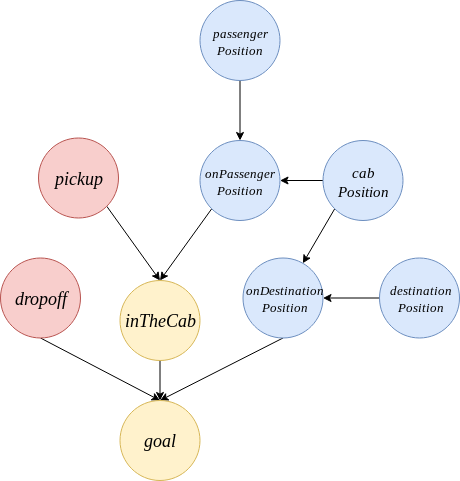
Above: Chapter5/Figs/causal_structure_taxi.png in ivanfeliciano/tesis-INAOE-documento (draw.io), before the change. Source tidied: cells renumbered, new cells last; positions are measured from the earlier drawing's top-left corner, leaving out a move shared by most shapes.
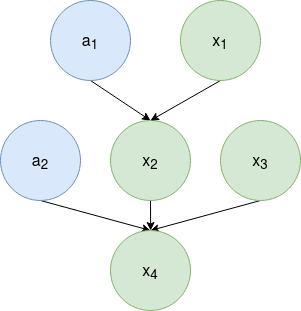
Later version of the same file.

Change to the diagram source:
```diff
@@ -2,59 +2,42 @@
   <root>
     <mxCell id="0" />
     <mxCell id="1" parent="0" />
-    <mxCell id="2" style="rounded=0;jettySize=auto;html=1;exitX=1;exitY=1;exitDx=0;exitDy=0;entryX=0.5;entryY=0;entryDx=0;entryDy=0;" parent="1" edge="1" source="3" target="11">
+    <mxCell id="2" style="edgeStyle=none;rounded=0;jettySize=auto;html=1;exitX=0.5;exitY=1;exitDx=0;exitDy=0;entryX=0.5;entryY=0;entryDx=0;entryDy=0;fontSize=16;" parent="1" edge="1" source="3" target="7">
       <mxGeometry relative="1" as="geometry" />
     </mxCell>
-    <mxCell id="3" value="&lt;font style=&quot;font-size: 18px&quot; face=&quot;Times New Roman&quot;&gt;&lt;i&gt;pickup&lt;/i&gt;&lt;/font&gt;" style="ellipse;whiteSpace=wrap;html=1;perimeterSpacing=0;strokeWidth=1;shadow=0;fillColor=#f8cecc;strokeColor=#b85450;" parent="1" vertex="1">
-      <mxGeometry x="38" y="137.5" width="80" height="80" as="geometry" />
+    <mxCell id="3" value="a&lt;sub&gt;1&lt;/sub&gt;" style="ellipse;whiteSpace=wrap;html=1;fontSize=16;fillColor=#dae8fc;strokeColor=#6c8ebf;" parent="1" vertex="1">
+      <mxGeometry x="2980" y="3030" width="80" height="80" as="geometry" />
     </mxCell>
-    <mxCell id="4" style="edgeStyle=none;rounded=0;jettySize=auto;html=1;exitX=0.5;exitY=1;exitDx=0;exitDy=0;entryX=0.5;entryY=0;entryDx=0;entryDy=0;" parent="1" edge="1" source="5" target="12">
+    <mxCell id="4" style="rounded=0;jettySize=auto;html=1;exitX=0.5;exitY=1;exitDx=0;exitDy=0;entryX=0.5;entryY=0;entryDx=0;entryDy=0;" parent="1" edge="1" source="5" target="12">
       <mxGeometry relative="1" as="geometry" />
     </mxCell>
-    <mxCell id="5" value="&lt;font style=&quot;font-size: 18px&quot; face=&quot;Times New Roman&quot;&gt;&lt;i&gt;dropoff&lt;/i&gt;&lt;/font&gt;" style="ellipse;whiteSpace=wrap;html=1;perimeterSpacing=0;strokeWidth=1;shadow=0;fillColor=#f8cecc;strokeColor=#b85450;" parent="1" vertex="1">
-      <mxGeometry y="257.5" width="80" height="80" as="geometry" />
+    <mxCell id="5" value="a&lt;sub&gt;2&lt;/sub&gt;" style="ellipse;whiteSpace=wrap;html=1;fontSize=16;fillColor=#dae8fc;strokeColor=#6c8ebf;" parent="1" vertex="1">
+      <mxGeometry x="2930" y="3150" width="80" height="80" as="geometry" />
     </mxCell>
-    <mxCell id="6" style="edgeStyle=none;rounded=0;jettySize=auto;html=1;exitX=0;exitY=1;exitDx=0;exitDy=0;entryX=0.5;entryY=0;entryDx=0;entryDy=0;" parent="1" edge="1" source="7" target="11">
-      <mxGeometry relative="1" as="geometry" />
+    <mxCell id="6" style="edgeStyle=none;rounded=0;jettySize=auto;html=1;exitX=0.5;exitY=1;exitDx=0;exitDy=0;" parent="1" edge="1" source="7">
+      <mxGeometry relative="1" as="geometry">
+        <mxPoint x="3080.1" y="3260" as="targetPoint" />
+      </mxGeometry>
     </mxCell>
-    <mxCell id="7" value="&lt;div style=&quot;font-size: 13px&quot;&gt;&lt;font style=&quot;font-size: 13px&quot; face=&quot;Times New Roman&quot;&gt;&lt;i&gt;onPassenger&lt;/i&gt;&lt;/font&gt;&lt;/div&gt;&lt;div style=&quot;font-size: 13px&quot;&gt;&lt;font style=&quot;font-size: 13px&quot; face=&quot;Times New Roman&quot;&gt;&lt;i&gt;Position&lt;/i&gt;&lt;/font&gt;&lt;/div&gt;" style="ellipse;whiteSpace=wrap;html=1;fillColor=#dae8fc;strokeColor=#6c8ebf;" parent="1" vertex="1">
-      <mxGeometry x="199.5" y="140" width="80" height="80" as="geometry" />
+    <mxCell id="7" value="x&lt;sub&gt;2&lt;/sub&gt;" style="ellipse;whiteSpace=wrap;html=1;fontSize=16;fillColor=#d5e8d4;strokeColor=#82b366;" parent="1" vertex="1">
+      <mxGeometry x="3040" y="3150" width="80" height="80" as="geometry" />
     </mxCell>
-    <mxCell id="8" style="edgeStyle=none;rounded=0;jettySize=auto;html=1;exitX=0.5;exitY=1;exitDx=0;exitDy=0;entryX=0.5;entryY=0;entryDx=0;entryDy=0;" parent="1" edge="1" source="9" target="12">
+    <mxCell id="8" style="edgeStyle=none;rounded=0;jettySize=auto;html=1;exitX=0.5;exitY=1;exitDx=0;exitDy=0;entryX=0.5;entryY=0;entryDx=0;entryDy=0;fontSize=16;" parent="1" edge="1" source="9" target="7">
       <mxGeometry relative="1" as="geometry" />
     </mxCell>
-    <mxCell id="9" value="&lt;div style=&quot;font-size: 13px&quot;&gt;&lt;font style=&quot;font-size: 13px&quot; face=&quot;Times New Roman&quot;&gt;&lt;i&gt;onDestination&lt;/i&gt;&lt;/font&gt;&lt;/div&gt;&lt;div style=&quot;font-size: 13px&quot;&gt;&lt;font style=&quot;font-size: 13px&quot; face=&quot;Times New Roman&quot;&gt;&lt;i&gt;Position&lt;/i&gt;&lt;/font&gt;&lt;/div&gt;" style="ellipse;whiteSpace=wrap;html=1;fillColor=#dae8fc;strokeColor=#6c8ebf;" parent="1" vertex="1">
-      <mxGeometry x="242.5" y="257.5" width="80" height="80" as="geometry" />
+    <mxCell id="9" value="x&lt;sub&gt;1&lt;/sub&gt;" style="ellipse;whiteSpace=wrap;html=1;fontSize=16;fillColor=#d5e8d4;strokeColor=#82b366;" parent="1" vertex="1">
+      <mxGeometry x="3110" y="3030" width="80" height="80" as="geometry" />
     </mxCell>
-    <mxCell id="10" style="edgeStyle=none;rounded=0;jettySize=auto;html=1;exitX=0.5;exitY=1;exitDx=0;exitDy=0;entryX=0.5;entryY=0;entryDx=0;entryDy=0;" parent="1" edge="1" source="11" target="12">
-      <mxGeometry relative="1" as="geometry" />
+    <mxCell id="10" style="edgeStyle=none;rounded=0;jettySize=auto;html=1;exitX=0.5;exitY=1;exitDx=0;exitDy=0;" parent="1" edge="1" source="11">
+      <mxGeometry relative="1" as="geometry">
+        <mxPoint x="3080" y="3260" as="targetPoint" />
+      </mxGeometry>
     </mxCell>
-    <mxCell id="11" value="&lt;font style=&quot;font-size: 18px&quot; face=&quot;Times New Roman&quot;&gt;&lt;i&gt;inTheCab&lt;/i&gt;&lt;/font&gt;" style="ellipse;whiteSpace=wrap;html=1;fillColor=#fff2cc;strokeColor=#d6b656;" parent="1" vertex="1">
-      <mxGeometry x="119.5" y="280" width="80" height="80" as="geometry" />
+    <mxCell id="11" value="x&lt;sub&gt;3&lt;/sub&gt;" style="ellipse;whiteSpace=wrap;html=1;fontSize=16;fillColor=#d5e8d4;strokeColor=#82b366;" parent="1" vertex="1">
+      <mxGeometry x="3150" y="3150" width="80" height="80" as="geometry" />
     </mxCell>
-    <mxCell id="12" value="&lt;font style=&quot;font-size: 18px&quot; face=&quot;Times New Roman&quot;&gt;&lt;i&gt;goal&lt;/i&gt;&lt;/font&gt;" style="ellipse;whiteSpace=wrap;html=1;fillColor=#fff2cc;strokeColor=#d6b656;" parent="1" vertex="1">
-      <mxGeometry x="119.5" y="400" width="80" height="80" as="geometry" />
+    <mxCell id="12" value="x&lt;sub&gt;4&lt;/sub&gt;" style="ellipse;whiteSpace=wrap;html=1;fontSize=16;fillColor=#d5e8d4;strokeColor=#82b366;" parent="1" vertex="1">
+      <mxGeometry x="3040" y="3260" width="80" height="80" as="geometry" />
     </mxCell>
-    <mxCell id="13" style="edgeStyle=none;rounded=0;jettySize=auto;html=1;exitX=0.5;exitY=1;exitDx=0;exitDy=0;entryX=0.5;entryY=0;entryDx=0;entryDy=0;" parent="1" edge="1" source="14" target="7">
-      <mxGeometry relative="1" as="geometry" />
-    </mxCell>
-    <mxCell id="14" value="&lt;div style=&quot;font-size: 13px&quot;&gt;&lt;font style=&quot;font-size: 13px&quot; face=&quot;Times New Roman&quot;&gt;&lt;i&gt;passenger&lt;/i&gt;&lt;/font&gt;&lt;/div&gt;&lt;div style=&quot;font-size: 13px&quot;&gt;&lt;font style=&quot;font-size: 13px&quot; face=&quot;Times New Roman&quot;&gt;&lt;i&gt;Position&lt;/i&gt;&lt;/font&gt;&lt;/div&gt;" style="ellipse;whiteSpace=wrap;html=1;fillColor=#dae8fc;strokeColor=#6c8ebf;" parent="1" vertex="1">
-      <mxGeometry x="199.5" width="80" height="80" as="geometry" />
-    </mxCell>
-    <mxCell id="15" style="edgeStyle=none;rounded=0;jettySize=auto;html=1;exitX=0;exitY=0.5;exitDx=0;exitDy=0;entryX=1;entryY=0.5;entryDx=0;entryDy=0;fontSize=15;" parent="1" edge="1" source="17" target="7">
-      <mxGeometry relative="1" as="geometry" />
-    </mxCell>
-    <mxCell id="16" style="edgeStyle=none;rounded=0;jettySize=auto;html=1;exitX=0;exitY=1;exitDx=0;exitDy=0;fontSize=15;" parent="1" edge="1" source="17" target="9">
-      <mxGeometry relative="1" as="geometry" />
-    </mxCell>
-    <mxCell id="17" value="&lt;font style=&quot;font-size: 15px;&quot; face=&quot;Times New Roman&quot;&gt;&lt;i style=&quot;font-size: 15px;&quot;&gt;cab&lt;/i&gt;&lt;/font&gt;&lt;div style=&quot;font-size: 15px;&quot;&gt;&lt;font style=&quot;font-size: 15px;&quot; face=&quot;Times New Roman&quot;&gt;&lt;i style=&quot;font-size: 15px;&quot;&gt;Position&lt;/i&gt;&lt;/font&gt;&lt;/div&gt;" style="ellipse;whiteSpace=wrap;html=1;fontSize=15;fillColor=#dae8fc;strokeColor=#6c8ebf;" parent="1" vertex="1">
-      <mxGeometry x="322.5" y="140" width="80" height="80" as="geometry" />
-    </mxCell>
-    <mxCell id="18" style="edgeStyle=none;rounded=0;jettySize=auto;html=1;exitX=0;exitY=0.5;exitDx=0;exitDy=0;entryX=1;entryY=0.5;entryDx=0;entryDy=0;fontSize=15;" parent="1" edge="1" source="19" target="9">
-      <mxGeometry relative="1" as="geometry" />
-    </mxCell>
-    <mxCell id="19" value="&lt;div style=&quot;font-size: 13px&quot;&gt;&lt;font style=&quot;font-size: 13px&quot; face=&quot;Times New Roman&quot;&gt;&lt;i&gt;destination&lt;/i&gt;&lt;/font&gt;&lt;/div&gt;&lt;div style=&quot;font-size: 13px&quot;&gt;&lt;font style=&quot;font-size: 13px&quot; face=&quot;Times New Roman&quot;&gt;&lt;i&gt;Position&lt;/i&gt;&lt;/font&gt;&lt;/div&gt;" style="ellipse;whiteSpace=wrap;html=1;fillColor=#dae8fc;strokeColor=#6c8ebf;" parent="1" vertex="1">
-      <mxGeometry x="379" y="257.5" width="80" height="80" as="geometry" />
-    </mxCell>
   </root>
 </mxGraphModel>
```
